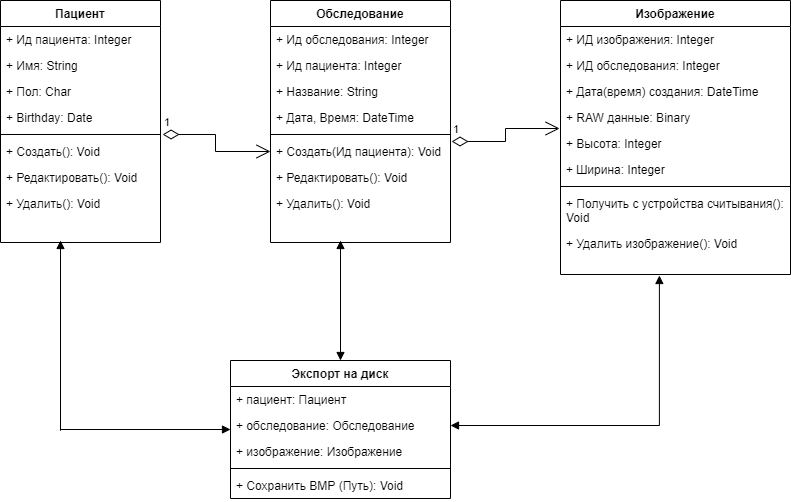
This is class_diagram.png from doomkinn-geek/OOP_lesson1, a draw.io export, as it was before one commit. Source tidied: cells renumbered, new cells last; positions are measured from the earlier drawing's top-left corner, leaving out a move shared by most shapes.
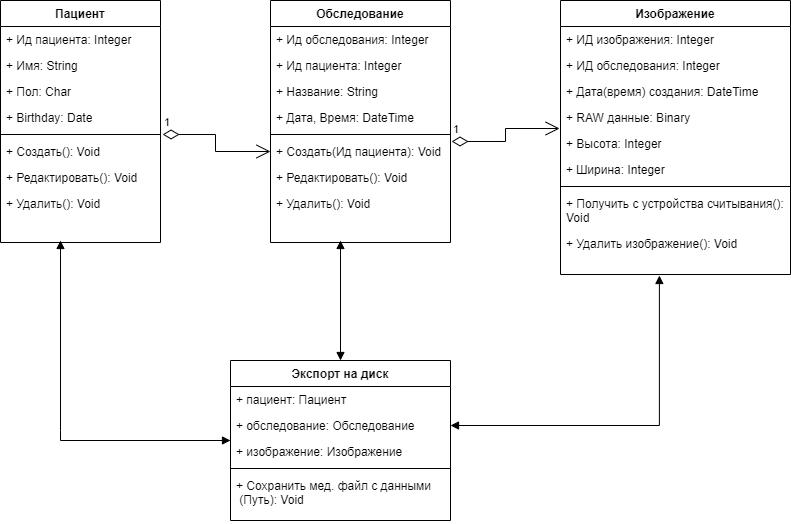
The same diagram one commit later.

Diff of the diagram source:
```diff
@@ -93,7 +93,7 @@
       <mxGeometry x="-1" y="3" relative="1" as="geometry" />
     </mxCell>
     <mxCell id="32" value="Экспорт на диск" style="swimlane;fontStyle=1;align=center;verticalAlign=top;horizontal=1;startSize=26;" parent="1" vertex="1">
-      <mxGeometry x="230" y="360" width="220" height="138" as="geometry" />
+      <mxGeometry x="230" y="360" width="220" height="160" as="geometry" />
     </mxCell>
     <mxCell id="33" value="+ пациент: Пациент&#10;" style="text;strokeColor=none;fillColor=none;align=left;verticalAlign=top;spacingLeft=4;spacingRight=4;overflow=hidden;" parent="32" vertex="1">
       <mxGeometry y="26" width="220" height="26" as="geometry" />
@@ -107,8 +107,8 @@
     <mxCell id="36" style="line;strokeWidth=1;fillColor=none;align=left;verticalAlign=middle;spacingTop=-1;spacingLeft=3;spacingRight=3;labelPosition=right;" parent="32" vertex="1">
       <mxGeometry y="104" width="220" height="8" as="geometry" />
     </mxCell>
-    <mxCell id="37" value="+ Сохранить BMP (Путь): Void&#10;" style="text;strokeColor=none;fillColor=none;align=left;verticalAlign=top;spacingLeft=4;spacingRight=4;overflow=hidden;" parent="32" vertex="1">
-      <mxGeometry y="112" width="220" height="26" as="geometry" />
+    <mxCell id="37" value="+ Сохранить мед. файл с данными&#10; (Путь): Void&#10;" style="text;strokeColor=none;fillColor=none;align=left;verticalAlign=top;spacingLeft=4;spacingRight=4;overflow=hidden;" parent="32" vertex="1">
+      <mxGeometry y="112" width="220" height="48" as="geometry" />
     </mxCell>
     <mxCell id="38" style="endArrow=block;startArrow=block;endFill=1;startFill=1;html=1;rounded=0;edgeStyle=orthogonalEdgeStyle;" parent="1" edge="1" target="32">
       <mxGeometry relative="1" as="geometry">
```
